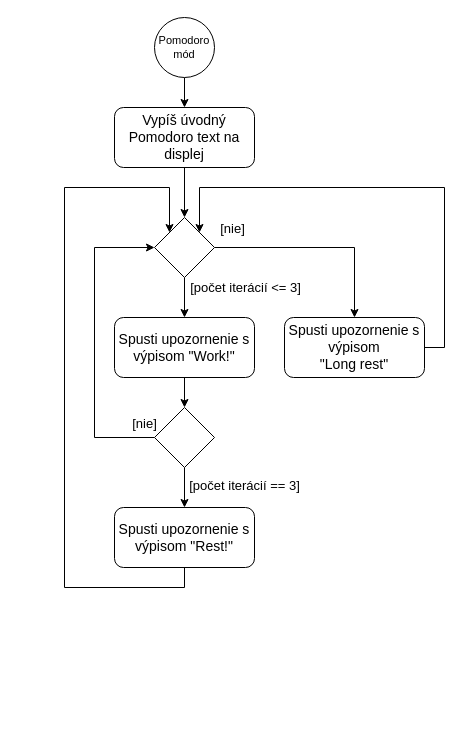
Above: diagrams/firmware/pomodoro_activity_diagram.drawio in pmacinec/programmer-reminder-arduino (draw.io), before the change. Source tidied: cells renumbered, new cells numbered last; positions are measured from the earlier drawing's top-left corner, leaving out a move shared by most shapes. Both pictures are drawn from the tidied source at 100%, with x=0, y=0 at pixel (64, 17).
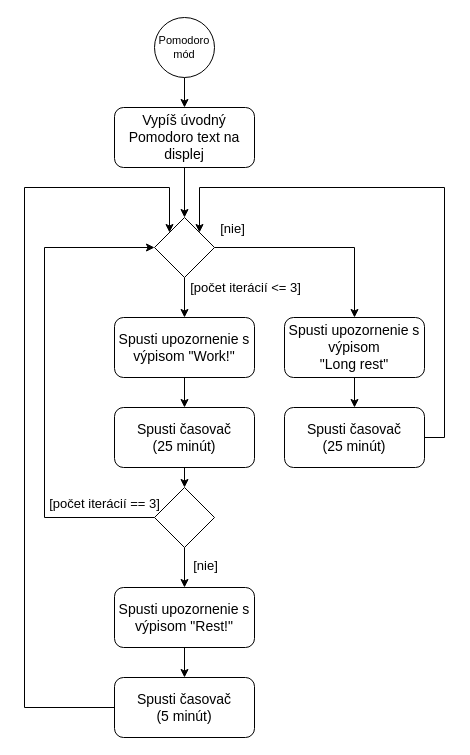
After the change.

Commit message (it also covers changes not shown here):
Update Pomodoro activity diagram

Unchanged cells that the change refers to:
```xml
<mxCell id="9" value="&lt;span style=&quot;font-size: 14px&quot;&gt;Spusti upozornenie s výpisom &quot;Work!&quot;&lt;/span&gt;" style="rounded=1;whiteSpace=wrap;html=1;fillColor=#FFFFFF;fontStyle=0;" parent="1" vertex="1">
  <mxGeometry x="50" y="300" width="140" height="60" as="geometry" />
</mxCell>
<mxCell id="11" value="&lt;span style=&quot;font-size: 14px&quot;&gt;Spusti upozornenie s výpisom&lt;br&gt;&quot;Long rest&quot;&lt;/span&gt;" style="rounded=1;whiteSpace=wrap;html=1;fillColor=#FFFFFF;fontStyle=0;" parent="1" vertex="1">
  <mxGeometry x="220" y="300" width="140" height="60" as="geometry" />
</mxCell>
<mxCell id="18" style="edgeStyle=orthogonalEdgeStyle;rounded=0;jettySize=auto;html=1;exitX=0.5;exitY=1;exitDx=0;exitDy=0;entryX=0.5;entryY=0;entryDx=0;entryDy=0;" parent="1" edge="1" source="21" target="13">
  <mxGeometry relative="1" as="geometry" />
</mxCell>
<mxCell id="20" style="rhombus;whiteSpace=wrap;html=1;" parent="1" vertex="1">
  <mxGeometry x="90" y="200" width="60" height="60" as="geometry" />
</mxCell>
```

Change to the diagram source:
```diff
@@
     <mxCell id="2" style="edgeStyle=orthogonalEdgeStyle;rounded=0;jettySize=auto;html=1;exitX=0;exitY=0.5;exitDx=0;exitDy=0;entryX=0;entryY=0.5;entryDx=0;entryDy=0;" parent="1" edge="1" source="21" target="20">
       <mxGeometry relative="1" as="geometry">
         <Array as="points">
-          <mxPoint x="30" y="420" />
-          <mxPoint x="30" y="230" />
+          <mxPoint x="-20" y="500" />
+          <mxPoint x="-20" y="230" />
         </Array>
       </mxGeometry>
     </mxCell>
-    <mxCell id="3" value="&lt;span style=&quot;font-size: 13px&quot;&gt;[nie]&lt;/span&gt;" style="edgeLabel;html=1;align=center;verticalAlign=middle;fontSize=13;fontStyle=0;" parent="2" vertex="1">
+    <mxCell id="3" value="[počet iterácií == 3]" style="edgeLabel;html=1;align=center;verticalAlign=middle;fontSize=13;fontStyle=0;" parent="2" vertex="1">
       <mxGeometry x="-0.88" relative="1" as="geometry">
-        <mxPoint x="8.9" y="-15" as="offset" />
+        <mxPoint x="-21.7" y="-15" as="offset" />
       </mxGeometry>
     </mxCell>
@@
-    <mxCell id="8" style="edgeStyle=orthogonalEdgeStyle;rounded=0;jettySize=auto;html=1;exitX=0.5;exitY=1;exitDx=0;exitDy=0;entryX=0.5;entryY=0;entryDx=0;entryDy=0;" parent="1" edge="1" source="9" target="21">
+    <mxCell id="8" style="edgeStyle=orthogonalEdgeStyle;rounded=0;jettySize=auto;html=1;exitX=0.5;exitY=1;exitDx=0;exitDy=0;entryX=0.5;entryY=0;entryDx=0;entryDy=0;" parent="1" edge="1" source="9" target="26">
       <mxGeometry relative="1" as="geometry" />
     </mxCell>
@@
-    <mxCell id="10" style="edgeStyle=orthogonalEdgeStyle;rounded=0;jettySize=auto;html=1;exitX=1;exitY=0.5;exitDx=0;exitDy=0;entryX=1;entryY=0;entryDx=0;entryDy=0;" parent="1" edge="1" source="11" target="20">
+    <mxCell id="10" style="edgeStyle=orthogonalEdgeStyle;rounded=0;jettySize=auto;html=1;exitX=1;exitY=0.5;exitDx=0;exitDy=0;entryX=1;entryY=0;entryDx=0;entryDy=0;" parent="1" edge="1" source="24" target="20">
       <mxGeometry relative="1" as="geometry">
         <Array as="points">
-          <mxPoint x="380" y="330" />
+          <mxPoint x="380" y="420" />
           <mxPoint x="380" y="170" />
           <mxPoint x="135" y="170" />
         </Array>
       </mxGeometry>
     </mxCell>
+    <mxCell id="22" style="edgeStyle=orthogonalEdgeStyle;rounded=0;jettySize=auto;html=1;exitX=0.5;exitY=1;exitDx=0;exitDy=0;entryX=0.5;entryY=0;entryDx=0;entryDy=0;" parent="1" edge="1" source="11" target="24">
+      <mxGeometry relative="1" as="geometry" />
+    </mxCell>
@@
-    <mxCell id="12" style="edgeStyle=orthogonalEdgeStyle;rounded=0;jettySize=auto;html=1;exitX=0.5;exitY=1;exitDx=0;exitDy=0;entryX=0;entryY=0;entryDx=0;entryDy=0;" parent="1" edge="1" source="13" target="20">
+    <mxCell id="12" style="edgeStyle=orthogonalEdgeStyle;rounded=0;jettySize=auto;html=1;exitX=0;exitY=0.5;exitDx=0;exitDy=0;entryX=0;entryY=0;entryDx=0;entryDy=0;" parent="1" edge="1" source="27" target="20">
       <mxGeometry relative="1" as="geometry">
         <Array as="points">
-          <mxPoint x="120" y="570" />
-          <mxPoint y="570" />
-          <mxPoint y="170" />
+          <mxPoint x="-40" y="690" />
+          <mxPoint x="-40" y="170" />
           <mxPoint x="105" y="170" />
         </Array>
       </mxGeometry>
     </mxCell>
+    <mxCell id="23" style="edgeStyle=orthogonalEdgeStyle;rounded=0;jettySize=auto;html=1;exitX=0.5;exitY=1;exitDx=0;exitDy=0;entryX=0.5;entryY=0;entryDx=0;entryDy=0;" parent="1" edge="1" source="13" target="27">
+      <mxGeometry relative="1" as="geometry" />
+    </mxCell>
     <mxCell id="13" value="&lt;span style=&quot;font-size: 14px&quot;&gt;Spusti upozornenie s výpisom &quot;Rest!&quot;&lt;/span&gt;" style="rounded=1;whiteSpace=wrap;html=1;fillColor=#FFFFFF;fontStyle=0;" parent="1" vertex="1">
-      <mxGeometry x="50" y="490" width="140" height="60" as="geometry" />
+      <mxGeometry x="50" y="570" width="140" height="60" as="geometry" />
     </mxCell>
@@
-    <mxCell id="19" value="&lt;span style=&quot;font-size: 13px&quot;&gt;[počet iterácií == 3]&lt;/span&gt;" style="edgeLabel;html=1;align=center;verticalAlign=middle;fontSize=13;fontStyle=0;" parent="18" vertex="1">
+    <mxCell id="19" value="&lt;span style=&quot;font-size: 13px&quot;&gt;[nie]&lt;/span&gt;" style="edgeLabel;html=1;align=center;verticalAlign=middle;fontSize=13;fontStyle=0;" parent="18" vertex="1">
       <mxGeometry x="-0.71" relative="1" as="geometry">
-        <mxPoint x="59" y="11.3" as="offset" />
+        <mxPoint x="20" y="11.3" as="offset" />
       </mxGeometry>
     </mxCell>
@@
     <mxCell id="21" style="rhombus;whiteSpace=wrap;html=1;" parent="1" vertex="1">
-      <mxGeometry x="90" y="390" width="60" height="60" as="geometry" />
+      <mxGeometry x="90" y="470" width="60" height="60" as="geometry" />
     </mxCell>
+    <mxCell id="24" value="&lt;span style=&quot;font-size: 14px&quot;&gt;Spusti časovač&lt;br&gt;(25 minút)&lt;br&gt;&lt;/span&gt;" style="rounded=1;whiteSpace=wrap;html=1;fillColor=#FFFFFF;fontStyle=0;" parent="1" vertex="1">
+      <mxGeometry x="220" y="390" width="140" height="60" as="geometry" />
+    </mxCell>
+    <mxCell id="25" style="edgeStyle=orthogonalEdgeStyle;rounded=0;jettySize=auto;html=1;exitX=0.5;exitY=1;exitDx=0;exitDy=0;entryX=0.5;entryY=0;entryDx=0;entryDy=0;" parent="1" edge="1" source="26" target="21">
+      <mxGeometry relative="1" as="geometry" />
+    </mxCell>
+    <mxCell id="26" value="&lt;span style=&quot;font-size: 14px&quot;&gt;Spusti časovač&lt;br&gt;(25 minút)&lt;br&gt;&lt;/span&gt;" style="rounded=1;whiteSpace=wrap;html=1;fillColor=#FFFFFF;fontStyle=0;" parent="1" vertex="1">
+      <mxGeometry x="50" y="390" width="140" height="60" as="geometry" />
+    </mxCell>
+    <mxCell id="27" value="&lt;span style=&quot;font-size: 14px&quot;&gt;Spusti časovač&lt;br&gt;(5 minút)&lt;br&gt;&lt;/span&gt;" style="rounded=1;whiteSpace=wrap;html=1;fillColor=#FFFFFF;fontStyle=0;" parent="1" vertex="1">
+      <mxGeometry x="50" y="660" width="140" height="60" as="geometry" />
+    </mxCell>
```
